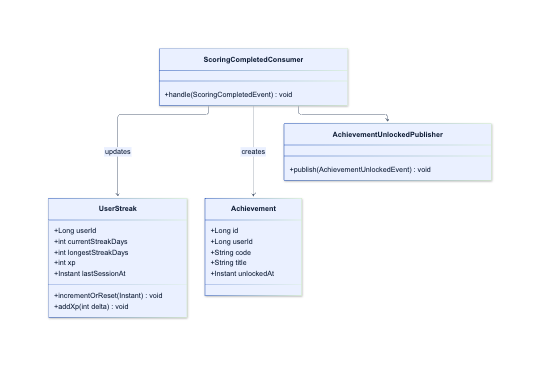
upc-pre-202620-si728-16365-thropic/talki-project-report keeps this Mermaid diagram as assets/diagrams/tactical/07-gamification-classes.png. Above is the earlier version. Its source is kept beside it as assets/diagrams/tactical/07-gamification-classes.mmd.
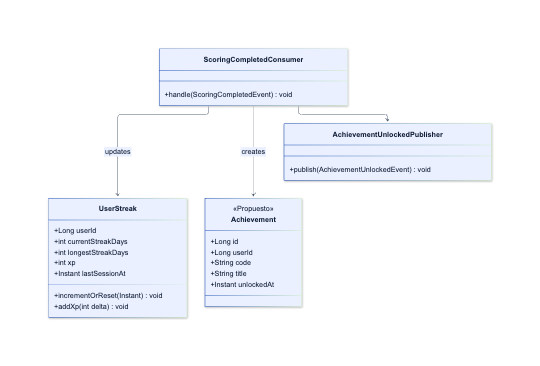
After the commit.

What changed in the source:
```diff
@@ -9,6 +9,7 @@
         +addXp(int delta) void
     }
     class Achievement {
+        <<Propuesto>>
         +Long id
         +Long userId
         +String code
```
